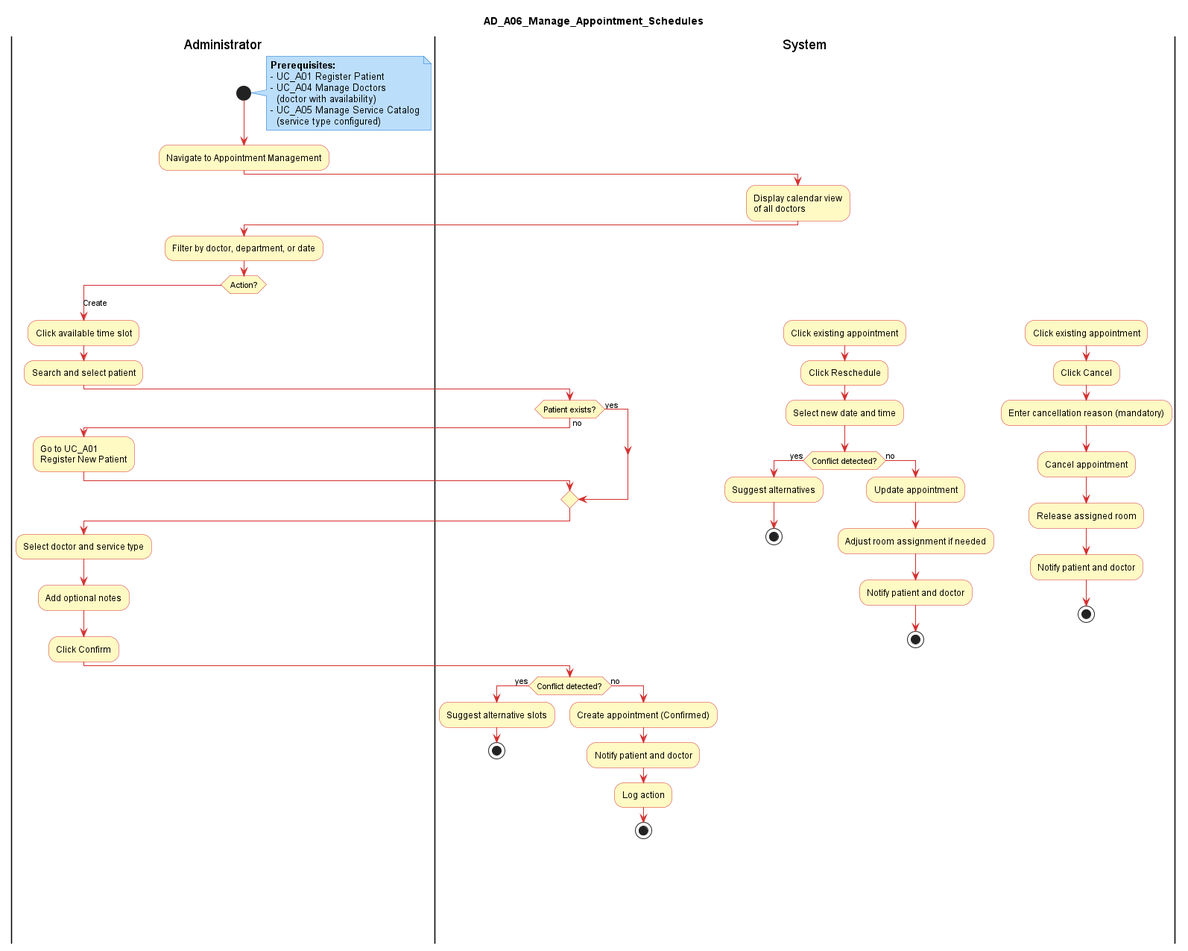
Before: User Stories and Use Cases/Admin/Admin_Activity_Diagrams/AD_A06_Manage_Appointments.png, a diagram exported from PlantUML (RobertoGjeta/Hospital-Management-System). The source it was exported from:
```plantuml
@startuml AD_A06_Manage_Appointments
title AD_A06_Manage_Appointment_Schedules

skinparam activity {
  BackgroundColor #FFF9C4
  BorderColor #D32F2F
  DiamondBackgroundColor #FFF9C4
  DiamondBorderColor #D32F2F
  ArrowColor #D32F2F
}
skinparam note {
  BackgroundColor #BBDEFB
  BorderColor #1976D2
}
skinparam shadowing false
skinparam defaultFontName Arial

|Administrator|
start
note right
  **Prerequisites:**
  - UC_A01 Register Patient
  - UC_A04 Manage Doctors
    (doctor with availability)
  - UC_A05 Manage Service Catalog
    (service type configured)
end note
:Navigate to Appointment Management;
|System|
:Display calendar view\nof all doctors;
|Administrator|
:Filter by doctor, department, or date;
switch (Action?)
case (Create)
  :Click available time slot;
  :Search and select patient;
  |System|
  if (Patient exists?) then (yes)
    |Administrator|
  else (no)
    |Administrator|
    :Go to UC_A01\nRegister New Patient;
  endif
  :Select doctor and service type;
  :Add optional notes;
  :Click Confirm;
  |System|
  if (Conflict detected?) then (yes)
    :Suggest alternative slots;
    stop
  else (no)
    :Create appointment (Confirmed);
    :Notify patient and doctor;
    :Log action;
    stop
  endif
case (Reschedule)
  :Click existing appointment;
  :Click Reschedule;
  :Select new date and time;
  |System|
  if (Conflict detected?) then (yes)
    :Suggest alternatives;
    stop
  else (no)
    :Update appointment;
    :Adjust room assignment if needed;
    :Notify patient and doctor;
    stop
  endif
case (Cancel)
  :Click existing appointment;
  :Click Cancel;
  :Enter cancellation reason (mandatory);
  |System|
  :Cancel appointment;
  :Release assigned room;
  :Notify patient and doctor;
  stop
endswitch
@enduml
```
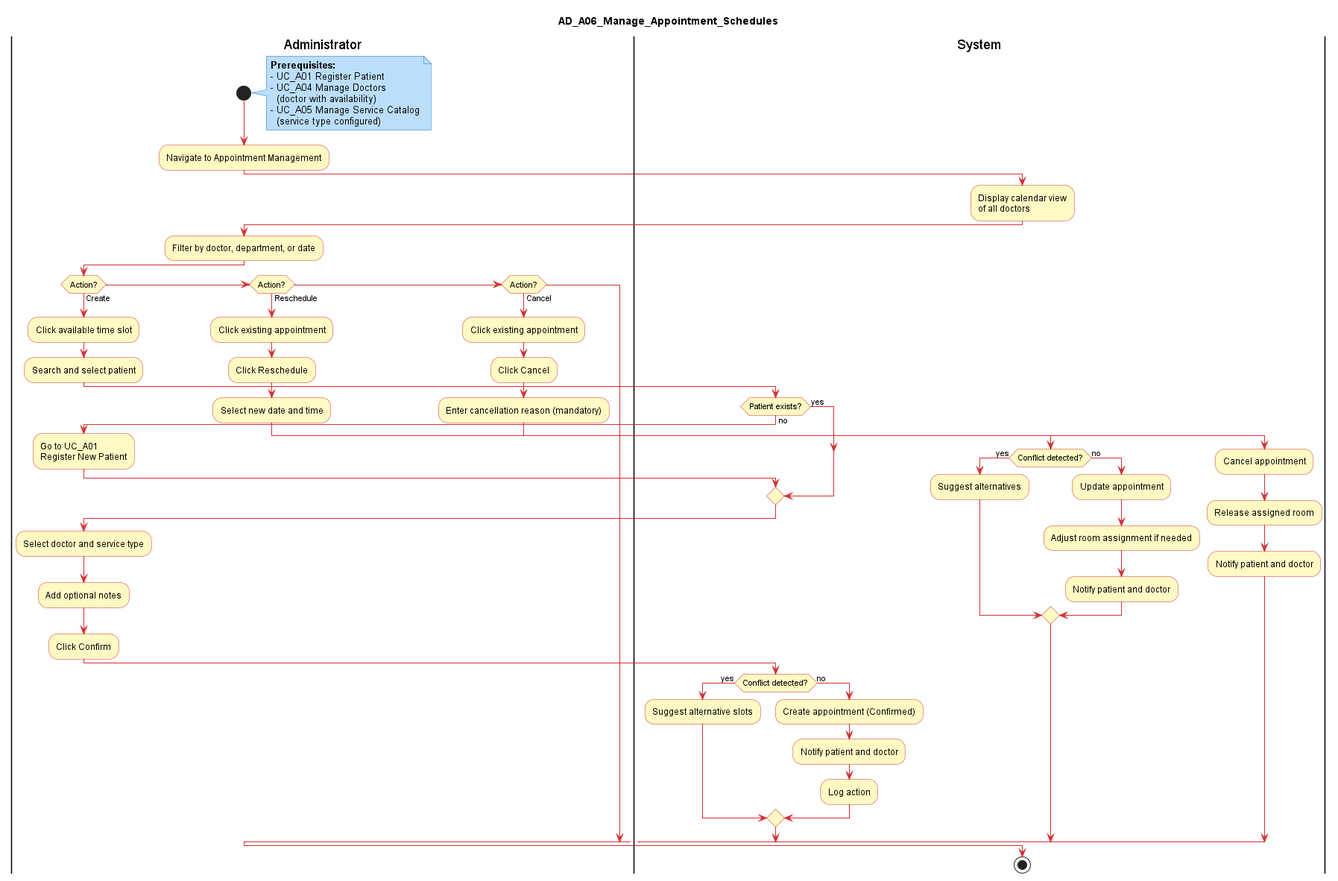
Later version of the same file.

Diff of the diagram source:
```diff
@@ -30,8 +30,9 @@
 :Display calendar view\nof all doctors;
 |Administrator|
 :Filter by doctor, department, or date;
-switch (Action?)
-case (Create)
+
+if (Action?) then (Create)
+
   :Click available time slot;
   :Search and select patient;
   |System|
@@ -47,28 +48,30 @@
   |System|
   if (Conflict detected?) then (yes)
     :Suggest alternative slots;
-    stop
   else (no)
     :Create appointment (Confirmed);
     :Notify patient and doctor;
     :Log action;
-    stop
   endif
-case (Reschedule)
+
+elseif (Action?) then (Reschedule)
+
+  |Administrator|
   :Click existing appointment;
   :Click Reschedule;
   :Select new date and time;
   |System|
   if (Conflict detected?) then (yes)
     :Suggest alternatives;
-    stop
   else (no)
     :Update appointment;
     :Adjust room assignment if needed;
     :Notify patient and doctor;
-    stop
   endif
-case (Cancel)
+
+elseif (Action?) then (Cancel)
+
+  |Administrator|
   :Click existing appointment;
   :Click Cancel;
   :Enter cancellation reason (mandatory);
@@ -76,6 +79,8 @@
   :Cancel appointment;
   :Release assigned room;
   :Notify patient and doctor;
-  stop
-endswitch
+
+endif
+
+stop
 @enduml
```
